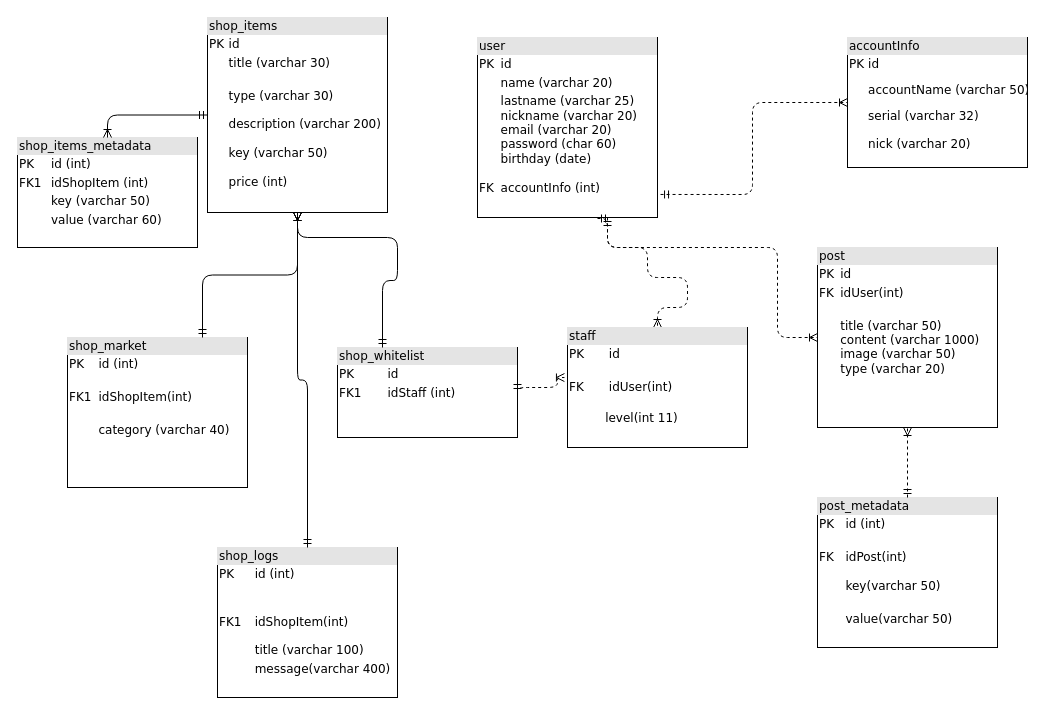
Before: Diagramas/dbcif.drawio in Esteban528/diagramas, a draw.io diagram. Source tidied: cells renumbered, new cells numbered last; positions are measured from the earlier drawing's top-left corner, leaving out a move shared by most shapes. Both pictures are drawn from the tidied source at 100%, with x=0, y=0 at pixel (17, 17).
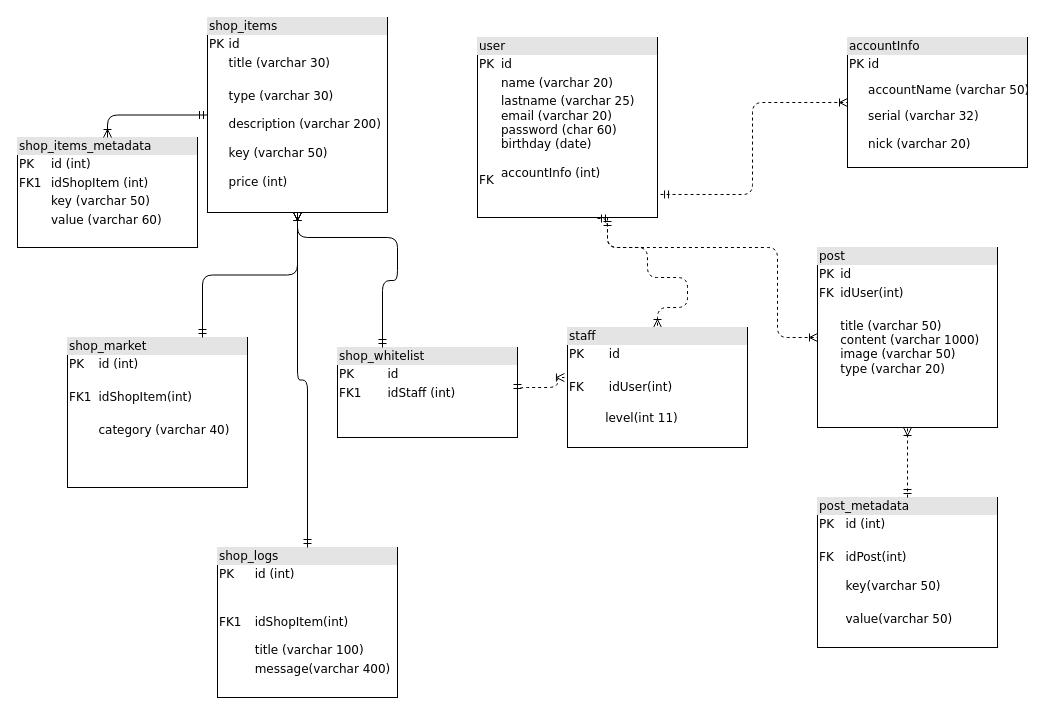
Above is the later version.

The edit, as a diff of the source:
```diff
@@
-    <mxCell id="5" value="&lt;div style=&quot;box-sizing: border-box ; width: 100% ; background: #e4e4e4 ; padding: 2px&quot;&gt;user&lt;/div&gt;&lt;table style=&quot;width: 100% ; font-size: 1em&quot; cellpadding=&quot;2&quot; cellspacing=&quot;0&quot;&gt;&lt;tbody&gt;&lt;tr&gt;&lt;td&gt;PK&lt;/td&gt;&lt;td&gt;id&lt;/td&gt;&lt;/tr&gt;&lt;tr&gt;&lt;td&gt;&lt;br&gt;&lt;/td&gt;&lt;td&gt;name (varchar 20)&lt;/td&gt;&lt;/tr&gt;&lt;tr&gt;&lt;td&gt;&lt;br&gt;&lt;br&gt;&lt;br&gt;&lt;br&gt;&lt;br&gt;FK&lt;/td&gt;&lt;td&gt;lastname (varchar 25)&lt;br&gt;nickname (varchar 20)&lt;br&gt;email (varchar 20)&lt;br&gt;password (char 60)&lt;br&gt;birthday (date)&lt;br&gt;&lt;br&gt;accountInfo (int)&lt;br&gt;&lt;br&gt;&lt;/td&gt;&lt;/tr&gt;&lt;/tbody&gt;&lt;/table&gt;" style="verticalAlign=top;align=left;overflow=fill;html=1;rounded=0;shadow=0;comic=0;labelBackgroundColor=none;strokeWidth=1;fontFamily=Verdana;fontSize=12;" parent="1" vertex="1">
+    <mxCell id="5" value="&lt;div style=&quot;box-sizing: border-box ; width: 100% ; background: #e4e4e4 ; padding: 2px&quot;&gt;user&lt;/div&gt;&lt;table style=&quot;width: 100% ; font-size: 1em&quot; cellpadding=&quot;2&quot; cellspacing=&quot;0&quot;&gt;&lt;tbody&gt;&lt;tr&gt;&lt;td&gt;PK&lt;/td&gt;&lt;td&gt;id&lt;/td&gt;&lt;/tr&gt;&lt;tr&gt;&lt;td&gt;&lt;br&gt;&lt;/td&gt;&lt;td&gt;name (varchar 20)&lt;/td&gt;&lt;/tr&gt;&lt;tr&gt;&lt;td&gt;&lt;br&gt;&lt;br&gt;&lt;br&gt;&lt;br&gt;&lt;br&gt;FK&lt;/td&gt;&lt;td&gt;lastname (varchar 25)&lt;br&gt;email (varchar 20)&lt;br&gt;password (char 60)&lt;br&gt;birthday (date)&lt;br&gt;&lt;br&gt;accountInfo (int)&lt;br&gt;&lt;br&gt;&lt;/td&gt;&lt;/tr&gt;&lt;/tbody&gt;&lt;/table&gt;" style="verticalAlign=top;align=left;overflow=fill;html=1;rounded=0;shadow=0;comic=0;labelBackgroundColor=none;strokeWidth=1;fontFamily=Verdana;fontSize=12;" parent="1" vertex="1">
       <mxGeometry x="460" y="20" width="180" height="180" as="geometry" />
     </mxCell>
```
